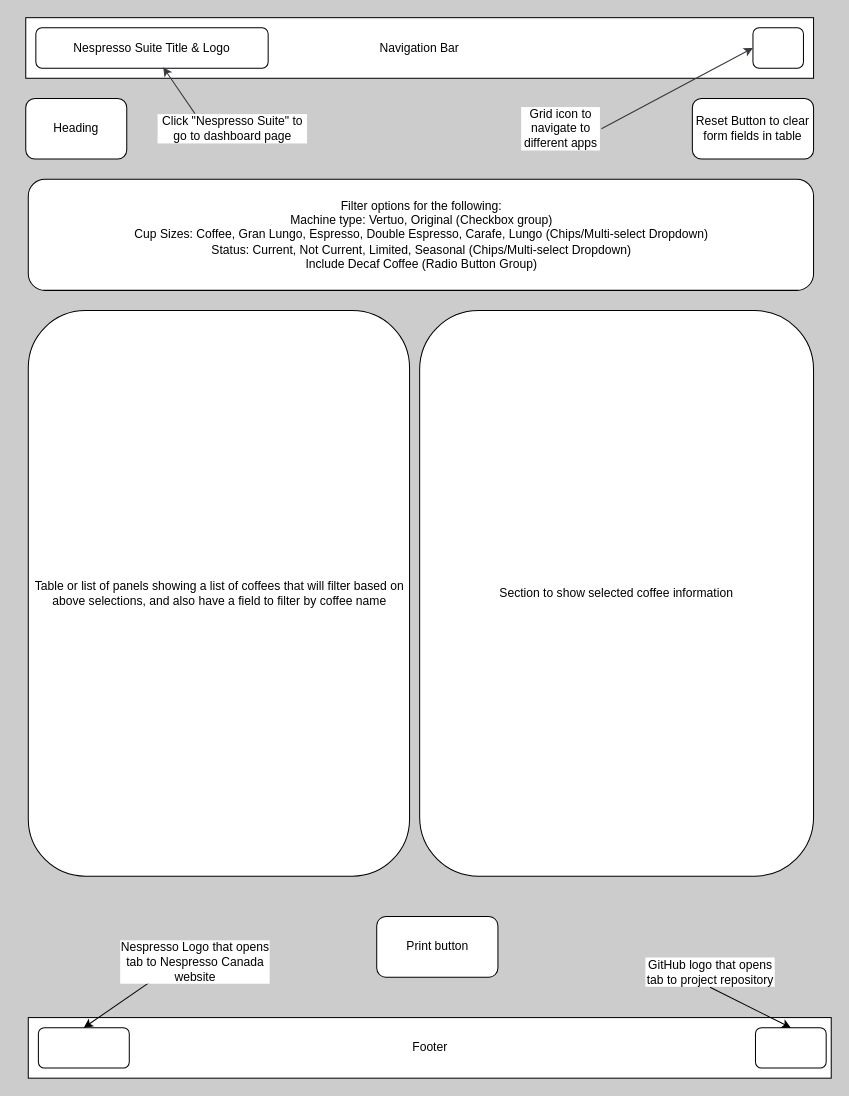
This is README_Images/Coffee.drawio from kjeshang/nespresso-suite, a draw.io file, before an edit. Source tidied: cells renumbered, new cells numbered last; positions are measured from the earlier drawing's top-left corner, leaving out a move shared by most shapes. Both pictures are drawn from the tidied source at 101%, with x=0, y=0 at pixel (25, 17).
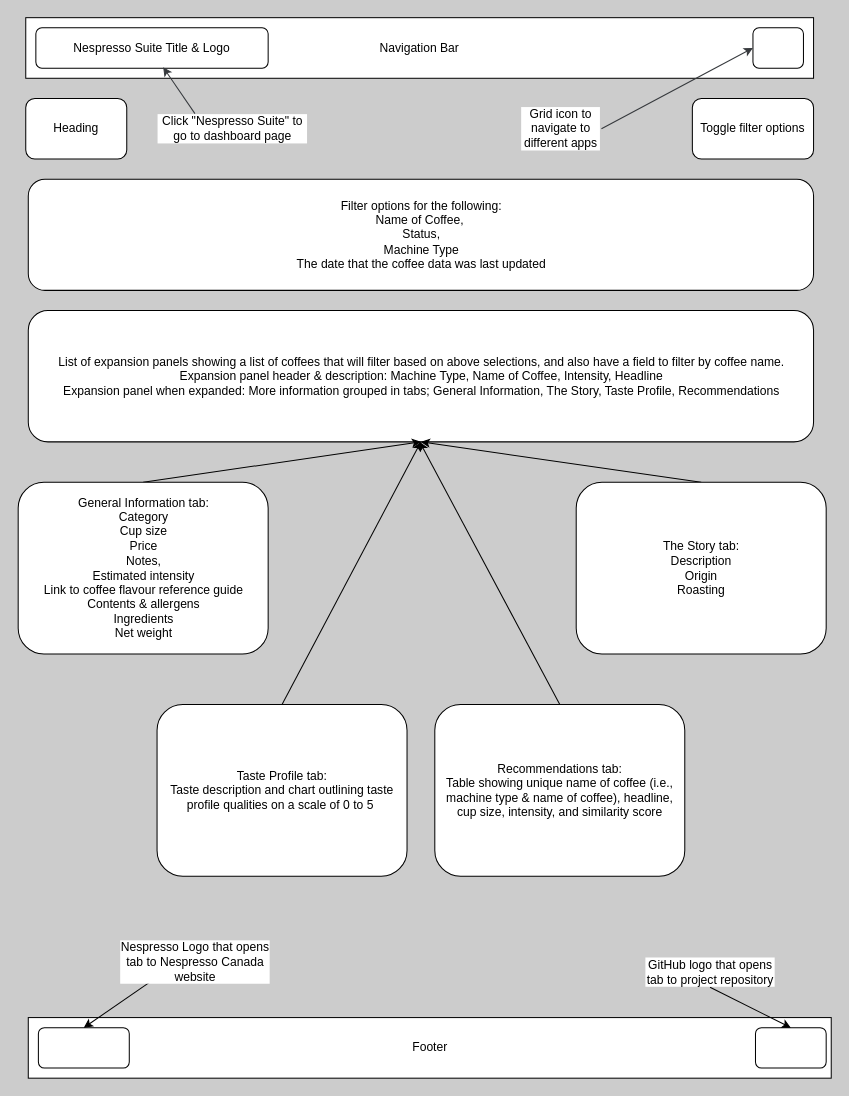
Above is the later version.

Commit message (it also covers changes not shown here):
Created wireframe of coffee app for documentation. Updated README

What changed in the source:
```diff
@@
-    <mxCell id="16" value="Print button" style="rounded=1;whiteSpace=wrap;html=1;" parent="1" vertex="1">
-      <mxGeometry x="347.5" y="890" width="120" height="60" as="geometry" />
-    </mxCell>
@@
-    <mxCell id="18" value="Reset Button to clear form fields in table" style="rounded=1;whiteSpace=wrap;html=1;" parent="1" vertex="1">
+    <mxCell id="18" value="Toggle filter options" style="rounded=1;whiteSpace=wrap;html=1;" parent="1" vertex="1">
       <mxGeometry x="660" y="80" width="120" height="60" as="geometry" />
     </mxCell>
-    <mxCell id="19" value="Filter options for the following:&lt;div&gt;Machine type: Vertuo, Original (Checkbox group)&lt;/div&gt;&lt;div&gt;Cup Sizes: Coffee, Gran Lungo, Espresso, Double Espresso, Carafe, Lungo (Chips/Multi-select Dropdown)&lt;/div&gt;&lt;div&gt;Status: Current, Not Current, Limited, Seasonal (Chips/Multi-select Dropdown)&lt;/div&gt;&lt;div&gt;Include Decaf Coffee (Radio Button Group)&lt;/div&gt;" style="rounded=1;whiteSpace=wrap;html=1;" parent="1" vertex="1">
+    <mxCell id="19" value="Filter options for the following:&lt;div&gt;Name of Coffee,&amp;nbsp;&lt;/div&gt;&lt;div&gt;Status,&lt;/div&gt;&lt;div&gt;Machine Type&lt;/div&gt;&lt;div&gt;The date that the coffee data was last updated&lt;/div&gt;" style="rounded=1;whiteSpace=wrap;html=1;" parent="1" vertex="1">
       <mxGeometry x="2.5" y="160" width="777.5" height="110" as="geometry" />
     </mxCell>
-    <mxCell id="20" value="Table or list of panels showing a list of coffees that will filter based on above selections, and also have a field to filter by coffee name" style="rounded=1;whiteSpace=wrap;html=1;" parent="1" vertex="1">
-      <mxGeometry x="2.5" y="290" width="377.5" height="560" as="geometry" />
+    <mxCell id="20" value="List of expansion panels showing a list of coffees that will filter based on above selections, and also have a field to filter by coffee name.&lt;div&gt;Expansion panel header &amp;amp; description: Machine Type, Name of Coffee, Intensity, Headline&lt;/div&gt;&lt;div&gt;Expansion panel when expanded: More information grouped in tabs; General Information, The Story, Taste Profile, Recommendations&lt;/div&gt;" style="rounded=1;whiteSpace=wrap;html=1;" parent="1" vertex="1">
+      <mxGeometry x="2.5" y="290" width="777.5" height="130" as="geometry" />
     </mxCell>
+    <mxCell id="22" style="edgeStyle=none;html=1;exitX=0.5;exitY=0;exitDx=0;exitDy=0;entryX=0.5;entryY=1;entryDx=0;entryDy=0;" parent="1" edge="1" source="21" target="20">
+      <mxGeometry relative="1" as="geometry" />
+    </mxCell>
-    <mxCell id="21" value="Section to show selected coffee information" style="rounded=1;whiteSpace=wrap;html=1;" parent="1" vertex="1">
-      <mxGeometry x="390" y="290" width="390" height="560" as="geometry" />
+    <mxCell id="21" value="General Information tab:&lt;div&gt;Category&lt;/div&gt;&lt;div&gt;Cup size&lt;/div&gt;&lt;div&gt;Price&lt;/div&gt;&lt;div&gt;Notes,&lt;/div&gt;&lt;div&gt;Estimated intensity&lt;/div&gt;&lt;div&gt;Link to coffee flavour reference guide&lt;/div&gt;&lt;div&gt;Contents &amp;amp; allergens&lt;/div&gt;&lt;div&gt;Ingredients&lt;/div&gt;&lt;div&gt;Net weight&lt;/div&gt;" style="rounded=1;whiteSpace=wrap;html=1;" parent="1" vertex="1">
+      <mxGeometry x="-7.5" y="460" width="247.5" height="170" as="geometry" />
     </mxCell>
+    <mxCell id="23" style="edgeStyle=none;html=1;exitX=0.5;exitY=0;exitDx=0;exitDy=0;entryX=0.5;entryY=1;entryDx=0;entryDy=0;" parent="1" edge="1" source="24" target="20">
+      <mxGeometry relative="1" as="geometry" />
+    </mxCell>
+    <mxCell id="24" value="The Story tab:&lt;div&gt;Description&lt;/div&gt;&lt;div&gt;Origin&lt;/div&gt;&lt;div&gt;Roasting&lt;/div&gt;" style="rounded=1;whiteSpace=wrap;html=1;" parent="1" vertex="1">
+      <mxGeometry x="545" y="460" width="247.5" height="170" as="geometry" />
+    </mxCell>
+    <mxCell id="25" style="edgeStyle=none;html=1;exitX=0.5;exitY=0;exitDx=0;exitDy=0;" parent="1" edge="1" source="26">
+      <mxGeometry relative="1" as="geometry">
+        <mxPoint x="390" y="420" as="targetPoint" />
+      </mxGeometry>
+    </mxCell>
+    <mxCell id="26" value="Recommendations tab:&lt;div&gt;Table showing unique name of coffee (i.e., machine type &amp;amp; name of coffee), headline, cup size, intensity, and similarity score&lt;/div&gt;" style="rounded=1;whiteSpace=wrap;html=1;" parent="1" vertex="1">
+      <mxGeometry x="405" y="680" width="247.5" height="170" as="geometry" />
+    </mxCell>
+    <mxCell id="27" style="edgeStyle=none;html=1;exitX=0.5;exitY=0;exitDx=0;exitDy=0;entryX=0.5;entryY=1;entryDx=0;entryDy=0;" parent="1" edge="1" source="28" target="20">
+      <mxGeometry relative="1" as="geometry" />
+    </mxCell>
+    <mxCell id="28" value="Taste Profile tab:&lt;div&gt;Taste description and chart outlining taste profile qualities on a scale of 0 to 5&amp;nbsp;&lt;/div&gt;" style="rounded=1;whiteSpace=wrap;html=1;" parent="1" vertex="1">
+      <mxGeometry x="130" y="680" width="247.5" height="170" as="geometry" />
+    </mxCell>
```
